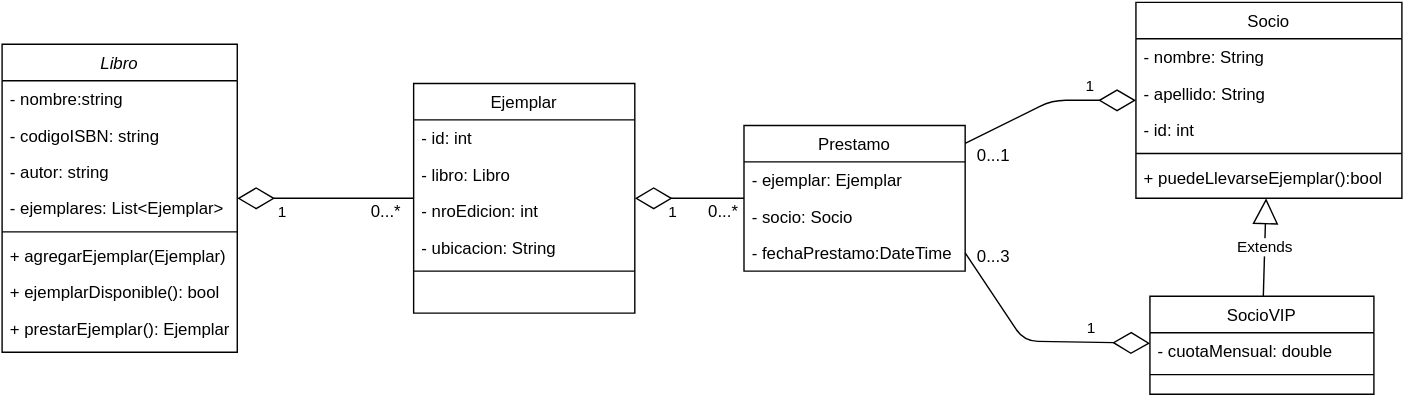
The draw.io diagram Diagrama - Quark academy 2da chance.svg in eskeltron/QuarkChallenge2daChance, before a commit. Source tidied: cells renumbered, new cells last; positions are measured from the earlier drawing's top-left corner, leaving out a move shared by most shapes. The source it was exported from:
```xml
<mxGraphModel>
  <root>
    <mxCell id="0" />
    <mxCell id="1" parent="0" />
    <mxCell id="2" value="Libro" style="swimlane;fontStyle=2;align=center;verticalAlign=top;horizontal=1;startSize=26;rounded=0;shadow=0;strokeWidth=1;" parent="1" vertex="1">
      <mxGeometry y="30" width="168" height="220" as="geometry" />
    </mxCell>
    <mxCell id="3" value="- nombre:string" style="text;align=left;verticalAlign=top;spacingLeft=4;spacingRight=4;overflow=hidden;" parent="2" vertex="1">
      <mxGeometry y="26" width="168" height="26" as="geometry" />
    </mxCell>
    <mxCell id="4" value="- codigoISBN: string" style="text;align=left;verticalAlign=top;spacingLeft=4;spacingRight=4;overflow=hidden;rounded=0;shadow=0;html=0;" parent="2" vertex="1">
      <mxGeometry y="52" width="168" height="26" as="geometry" />
    </mxCell>
    <mxCell id="5" value="- autor: string" style="text;align=left;verticalAlign=top;spacingLeft=4;spacingRight=4;overflow=hidden;rounded=0;shadow=0;html=0;" parent="2" vertex="1">
      <mxGeometry y="78" width="168" height="26" as="geometry" />
    </mxCell>
    <mxCell id="6" value="- ejemplares: List&lt;Ejemplar&gt;" style="text;align=left;verticalAlign=top;spacingLeft=4;spacingRight=4;overflow=hidden;rounded=0;shadow=0;html=0;" parent="2" vertex="1">
      <mxGeometry y="104" width="168" height="26" as="geometry" />
    </mxCell>
    <mxCell id="7" style="line;html=1;strokeWidth=1;align=left;verticalAlign=middle;spacingTop=-1;spacingLeft=3;spacingRight=3;labelPosition=right;" parent="2" vertex="1">
      <mxGeometry y="130" width="168" height="8" as="geometry" />
    </mxCell>
    <mxCell id="8" value="+ agregarEjemplar(Ejemplar)" style="text;align=left;verticalAlign=top;spacingLeft=4;spacingRight=4;overflow=hidden;rounded=0;shadow=0;html=0;" parent="2" vertex="1">
      <mxGeometry y="138" width="168" height="26" as="geometry" />
    </mxCell>
    <mxCell id="9" value="+ ejemplarDisponible(): bool" style="text;align=left;verticalAlign=top;spacingLeft=4;spacingRight=4;overflow=hidden;rounded=0;shadow=0;html=0;" parent="2" vertex="1">
      <mxGeometry y="164" width="168" height="26" as="geometry" />
    </mxCell>
    <mxCell id="10" value="+ prestarEjemplar(): Ejemplar" style="text;align=left;verticalAlign=top;spacingLeft=4;spacingRight=4;overflow=hidden;rounded=0;shadow=0;html=0;" parent="2" vertex="1">
      <mxGeometry y="190" width="168" height="26" as="geometry" />
    </mxCell>
    <mxCell id="11" value="Ejemplar" style="swimlane;fontStyle=0;align=center;verticalAlign=top;horizontal=1;startSize=26;rounded=0;shadow=0;strokeWidth=1;" parent="1" vertex="1">
      <mxGeometry x="294" y="58" width="158" height="164" as="geometry" />
    </mxCell>
    <mxCell id="12" value="- id: int" style="text;align=left;verticalAlign=top;spacingLeft=4;spacingRight=4;overflow=hidden;" parent="11" vertex="1">
      <mxGeometry y="26" width="158" height="26" as="geometry" />
    </mxCell>
    <mxCell id="13" value="- libro: Libro" style="text;align=left;verticalAlign=top;spacingLeft=4;spacingRight=4;overflow=hidden;" parent="11" vertex="1">
      <mxGeometry y="52" width="158" height="26" as="geometry" />
    </mxCell>
    <mxCell id="14" value="- nroEdicion: int" style="text;align=left;verticalAlign=top;spacingLeft=4;spacingRight=4;overflow=hidden;rounded=0;shadow=0;html=0;" parent="11" vertex="1">
      <mxGeometry y="78" width="158" height="26" as="geometry" />
    </mxCell>
    <mxCell id="15" value="- ubicacion: String" style="text;align=left;verticalAlign=top;spacingLeft=4;spacingRight=4;overflow=hidden;rounded=0;shadow=0;html=0;" parent="11" vertex="1">
      <mxGeometry y="104" width="158" height="26" as="geometry" />
    </mxCell>
    <mxCell id="16" style="line;html=1;strokeWidth=1;align=left;verticalAlign=middle;spacingTop=-1;spacingLeft=3;spacingRight=3;labelPosition=right;" parent="11" vertex="1">
      <mxGeometry y="130" width="158" height="8" as="geometry" />
    </mxCell>
    <mxCell id="17" value="SocioVIP" style="swimlane;fontStyle=0;align=center;verticalAlign=top;horizontal=1;startSize=26;rounded=0;shadow=0;strokeWidth=1;" parent="1" vertex="1">
      <mxGeometry x="820" y="210" width="160" height="70" as="geometry" />
    </mxCell>
    <mxCell id="18" value="- cuotaMensual: double" style="text;align=left;verticalAlign=top;spacingLeft=4;spacingRight=4;overflow=hidden;" parent="17" vertex="1">
      <mxGeometry y="26" width="160" height="26" as="geometry" />
    </mxCell>
    <mxCell id="19" style="line;html=1;strokeWidth=1;align=left;verticalAlign=middle;spacingTop=-1;spacingLeft=3;spacingRight=3;labelPosition=right;" parent="17" vertex="1">
      <mxGeometry y="52" width="160" height="8" as="geometry" />
    </mxCell>
    <mxCell id="20" value="Socio" style="swimlane;fontStyle=0;align=center;verticalAlign=top;horizontal=1;startSize=26;rounded=0;shadow=0;strokeWidth=1;" parent="1" vertex="1">
      <mxGeometry x="810" width="190" height="140" as="geometry" />
    </mxCell>
    <mxCell id="21" value="- nombre: String" style="text;align=left;verticalAlign=top;spacingLeft=4;spacingRight=4;overflow=hidden;" parent="20" vertex="1">
      <mxGeometry y="26" width="190" height="26" as="geometry" />
    </mxCell>
    <mxCell id="22" value="- apellido: String" style="text;align=left;verticalAlign=top;spacingLeft=4;spacingRight=4;overflow=hidden;rounded=0;shadow=0;html=0;" parent="20" vertex="1">
      <mxGeometry y="52" width="190" height="26" as="geometry" />
    </mxCell>
    <mxCell id="23" value="- id: int" style="text;align=left;verticalAlign=top;spacingLeft=4;spacingRight=4;overflow=hidden;rounded=0;shadow=0;html=0;" parent="20" vertex="1">
      <mxGeometry y="78" width="190" height="26" as="geometry" />
    </mxCell>
    <mxCell id="24" style="line;html=1;strokeWidth=1;align=left;verticalAlign=middle;spacingTop=-1;spacingLeft=3;spacingRight=3;labelPosition=right;" parent="20" vertex="1">
      <mxGeometry y="104" width="190" height="8" as="geometry" />
    </mxCell>
    <mxCell id="25" value="+ puedeLlevarseEjemplar():bool" style="text;align=left;verticalAlign=top;spacingLeft=4;spacingRight=4;overflow=hidden;points=[[0,0.5],[1,0.5]];portConstraint=eastwest;rounded=0;shadow=0;html=0;" parent="20" vertex="1">
      <mxGeometry y="112" width="190" height="26" as="geometry" />
    </mxCell>
    <mxCell id="26" value="Extends" style="endArrow=block;endSize=16;endFill=0;html=1;" parent="1" edge="1" source="17" target="20">
      <mxGeometry relative="1" as="geometry" />
    </mxCell>
    <mxCell id="27" value="0...*" style="text;html=1;align=center;verticalAlign=middle;" parent="1" vertex="1">
      <mxGeometry x="254" y="140" width="40" height="20" as="geometry" />
    </mxCell>
    <mxCell id="28" value="Prestamo" style="swimlane;fontStyle=0;align=center;verticalAlign=top;horizontal=1;startSize=26;rounded=0;shadow=0;strokeWidth=1;" parent="1" vertex="1">
      <mxGeometry x="530" y="88" width="158" height="104" as="geometry" />
    </mxCell>
    <mxCell id="29" value="- ejemplar: Ejemplar" style="text;align=left;verticalAlign=top;spacingLeft=4;spacingRight=4;overflow=hidden;" parent="28" vertex="1">
      <mxGeometry y="26" width="158" height="26" as="geometry" />
    </mxCell>
    <mxCell id="30" value="- socio: Socio" style="text;align=left;verticalAlign=top;spacingLeft=4;spacingRight=4;overflow=hidden;" parent="28" vertex="1">
      <mxGeometry y="52" width="158" height="26" as="geometry" />
    </mxCell>
    <mxCell id="31" value="- fechaPrestamo:DateTime" style="text;align=left;verticalAlign=top;spacingLeft=4;spacingRight=4;overflow=hidden;points=[[0,0.5],[1,0.5]];portConstraint=eastwest;rounded=0;shadow=0;html=0;" parent="28" vertex="1">
      <mxGeometry y="78" width="158" height="26" as="geometry" />
    </mxCell>
    <mxCell id="32" value="0...*" style="text;html=1;align=center;verticalAlign=middle;" parent="1" vertex="1">
      <mxGeometry x="495" y="140" width="40" height="20" as="geometry" />
    </mxCell>
    <mxCell id="33" value="0...1" style="text;html=1;align=center;verticalAlign=middle;" parent="1" vertex="1">
      <mxGeometry x="688" y="100" width="40" height="20" as="geometry" />
    </mxCell>
    <mxCell id="34" value="0...3" style="text;html=1;align=center;verticalAlign=middle;" parent="1" vertex="1">
      <mxGeometry x="688" y="172" width="40" height="20" as="geometry" />
    </mxCell>
    <mxCell id="35" value="1" style="endArrow=diamondThin;endFill=0;endSize=24;html=1;" parent="1" edge="1" source="28" target="11">
      <mxGeometry x="0.28" y="10" relative="1" as="geometry">
        <Array as="points">
          <mxPoint x="490" y="140" />
        </Array>
      </mxGeometry>
    </mxCell>
    <mxCell id="36" value="1" style="endArrow=diamondThin;endFill=0;endSize=24;html=1;" parent="1" edge="1" source="11" target="2">
      <mxGeometry x="0.49" y="10" relative="1" as="geometry" />
    </mxCell>
    <mxCell id="37" value="1" style="endArrow=diamondThin;endFill=0;endSize=24;html=1;" parent="1" edge="1" source="28" target="20">
      <mxGeometry x="0.49" y="10" relative="1" as="geometry">
        <Array as="points">
          <mxPoint x="750" y="70" />
        </Array>
      </mxGeometry>
    </mxCell>
    <mxCell id="38" value="1" style="endArrow=diamondThin;endFill=0;endSize=24;html=1;exitX=1;exitY=0.5;exitDx=0;exitDy=0;" parent="1" edge="1" source="31" target="17">
      <mxGeometry x="0.49" y="10" relative="1" as="geometry">
        <Array as="points">
          <mxPoint x="730" y="242" />
        </Array>
      </mxGeometry>
    </mxCell>
  </root>
</mxGraphModel>
```
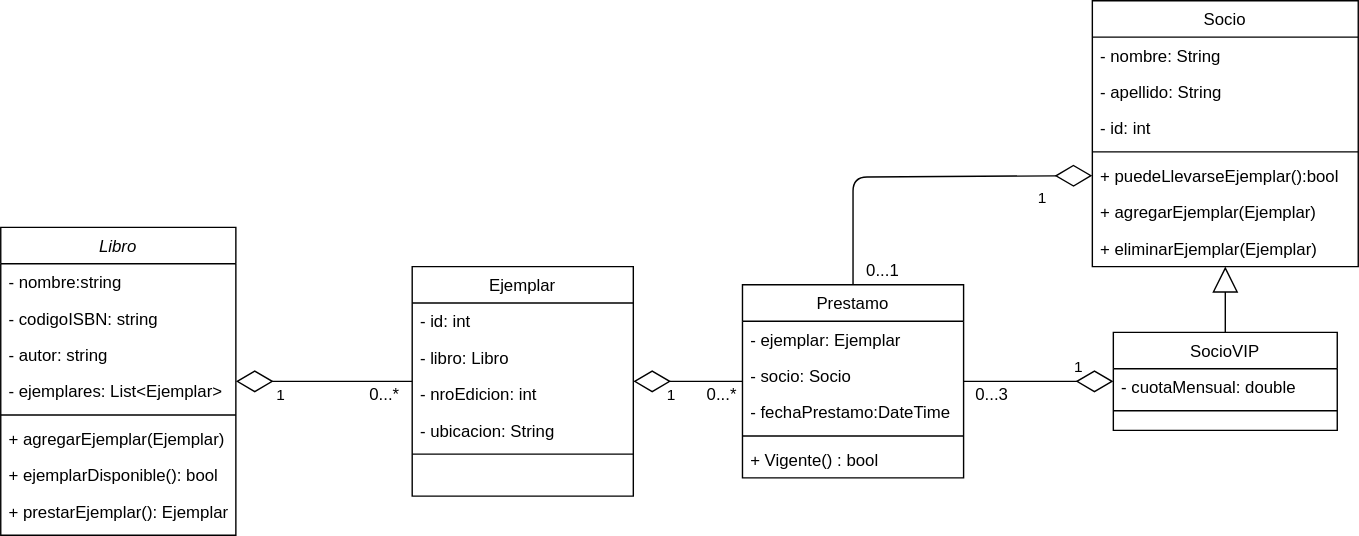
After the change.

Commit message:
Pequeños cambios. Actualización de diagrama.

The edit, as a diff of the source:
```diff
@@ -48,7 +48,7 @@
       <mxGeometry y="130" width="158" height="8" as="geometry" />
     </mxCell>
     <mxCell id="17" value="SocioVIP" style="swimlane;fontStyle=0;align=center;verticalAlign=top;horizontal=1;startSize=26;rounded=0;shadow=0;strokeWidth=1;" parent="1" vertex="1">
-      <mxGeometry x="820" y="210" width="160" height="70" as="geometry" />
+      <mxGeometry x="795" y="105" width="160" height="70" as="geometry" />
     </mxCell>
     <mxCell id="18" value="- cuotaMensual: double" style="text;align=left;verticalAlign=top;spacingLeft=4;spacingRight=4;overflow=hidden;" parent="17" vertex="1">
       <mxGeometry y="26" width="160" height="26" as="geometry" />
@@ -57,7 +57,7 @@
       <mxGeometry y="52" width="160" height="8" as="geometry" />
     </mxCell>
     <mxCell id="20" value="Socio" style="swimlane;fontStyle=0;align=center;verticalAlign=top;horizontal=1;startSize=26;rounded=0;shadow=0;strokeWidth=1;" parent="1" vertex="1">
-      <mxGeometry x="810" width="190" height="140" as="geometry" />
+      <mxGeometry x="780" y="-132" width="190" height="190" as="geometry" />
     </mxCell>
     <mxCell id="21" value="- nombre: String" style="text;align=left;verticalAlign=top;spacingLeft=4;spacingRight=4;overflow=hidden;" parent="20" vertex="1">
       <mxGeometry y="26" width="190" height="26" as="geometry" />
@@ -74,14 +74,20 @@
     <mxCell id="25" value="+ puedeLlevarseEjemplar():bool" style="text;align=left;verticalAlign=top;spacingLeft=4;spacingRight=4;overflow=hidden;points=[[0,0.5],[1,0.5]];portConstraint=eastwest;rounded=0;shadow=0;html=0;" parent="20" vertex="1">
       <mxGeometry y="112" width="190" height="26" as="geometry" />
     </mxCell>
+    <mxCell id="39" value="+ agregarEjemplar(Ejemplar)" style="text;align=left;verticalAlign=top;spacingLeft=4;spacingRight=4;overflow=hidden;rounded=0;shadow=0;html=0;" parent="20" vertex="1">
+      <mxGeometry y="138" width="190" height="26" as="geometry" />
+    </mxCell>
+    <mxCell id="40" value="+ eliminarEjemplar(Ejemplar)" style="text;align=left;verticalAlign=top;spacingLeft=4;spacingRight=4;overflow=hidden;rounded=0;shadow=0;html=0;" parent="20" vertex="1">
+      <mxGeometry y="164" width="190" height="26" as="geometry" />
+    </mxCell>
-    <mxCell id="26" value="Extends" style="endArrow=block;endSize=16;endFill=0;html=1;" parent="1" edge="1" source="17" target="20">
+    <mxCell id="26" style="endArrow=block;endSize=16;endFill=0;html=1;" parent="1" edge="1" source="17" target="20">
       <mxGeometry relative="1" as="geometry" />
     </mxCell>
     <mxCell id="27" value="0...*" style="text;html=1;align=center;verticalAlign=middle;" parent="1" vertex="1">
       <mxGeometry x="254" y="140" width="40" height="20" as="geometry" />
     </mxCell>
     <mxCell id="28" value="Prestamo" style="swimlane;fontStyle=0;align=center;verticalAlign=top;horizontal=1;startSize=26;rounded=0;shadow=0;strokeWidth=1;" parent="1" vertex="1">
-      <mxGeometry x="530" y="88" width="158" height="104" as="geometry" />
+      <mxGeometry x="530" y="71" width="158" height="138" as="geometry" />
     </mxCell>
     <mxCell id="29" value="- ejemplar: Ejemplar" style="text;align=left;verticalAlign=top;spacingLeft=4;spacingRight=4;overflow=hidden;" parent="28" vertex="1">
       <mxGeometry y="26" width="158" height="26" as="geometry" />
@@ -92,14 +98,20 @@
     <mxCell id="31" value="- fechaPrestamo:DateTime" style="text;align=left;verticalAlign=top;spacingLeft=4;spacingRight=4;overflow=hidden;points=[[0,0.5],[1,0.5]];portConstraint=eastwest;rounded=0;shadow=0;html=0;" parent="28" vertex="1">
       <mxGeometry y="78" width="158" height="26" as="geometry" />
     </mxCell>
+    <mxCell id="41" style="line;html=1;strokeWidth=1;align=left;verticalAlign=middle;spacingTop=-1;spacingLeft=3;spacingRight=3;labelPosition=right;" parent="28" vertex="1">
+      <mxGeometry y="104" width="158" height="8" as="geometry" />
+    </mxCell>
+    <mxCell id="42" value="+ Vigente() : bool" style="text;align=left;verticalAlign=top;spacingLeft=4;spacingRight=4;overflow=hidden;rounded=0;shadow=0;html=0;" parent="28" vertex="1">
+      <mxGeometry y="112" width="158" height="26" as="geometry" />
+    </mxCell>
     <mxCell id="32" value="0...*" style="text;html=1;align=center;verticalAlign=middle;" parent="1" vertex="1">
       <mxGeometry x="495" y="140" width="40" height="20" as="geometry" />
     </mxCell>
     <mxCell id="33" value="0...1" style="text;html=1;align=center;verticalAlign=middle;" parent="1" vertex="1">
-      <mxGeometry x="688" y="100" width="40" height="20" as="geometry" />
+      <mxGeometry x="610" y="51" width="40" height="20" as="geometry" />
     </mxCell>
     <mxCell id="34" value="0...3" style="text;html=1;align=center;verticalAlign=middle;" parent="1" vertex="1">
-      <mxGeometry x="688" y="172" width="40" height="20" as="geometry" />
+      <mxGeometry x="688" y="140" width="40" height="20" as="geometry" />
     </mxCell>
     <mxCell id="35" value="1" style="endArrow=diamondThin;endFill=0;endSize=24;html=1;" parent="1" edge="1" source="28" target="11">
       <mxGeometry x="0.28" y="10" relative="1" as="geometry">
@@ -111,19 +123,15 @@
     <mxCell id="36" value="1" style="endArrow=diamondThin;endFill=0;endSize=24;html=1;" parent="1" edge="1" source="11" target="2">
       <mxGeometry x="0.49" y="10" relative="1" as="geometry" />
     </mxCell>
-    <mxCell id="37" value="1" style="endArrow=diamondThin;endFill=0;endSize=24;html=1;" parent="1" edge="1" source="28" target="20">
-      <mxGeometry x="0.49" y="10" relative="1" as="geometry">
+    <mxCell id="37" value="1" style="endArrow=diamondThin;endFill=0;endSize=24;html=1;entryX=0;entryY=0.5;entryDx=0;entryDy=0;" parent="1" edge="1" source="28" target="25">
+      <mxGeometry x="0.71" y="-16" relative="1" as="geometry">
         <Array as="points">
-          <mxPoint x="750" y="70" />
+          <mxPoint x="609" y="-6" />
         </Array>
       </mxGeometry>
     </mxCell>
-    <mxCell id="38" value="1" style="endArrow=diamondThin;endFill=0;endSize=24;html=1;exitX=1;exitY=0.5;exitDx=0;exitDy=0;" parent="1" edge="1" source="31" target="17">
-      <mxGeometry x="0.49" y="10" relative="1" as="geometry">
-        <Array as="points">
-          <mxPoint x="730" y="242" />
-        </Array>
-      </mxGeometry>
+    <mxCell id="38" value="1" style="endArrow=diamondThin;endFill=0;endSize=24;html=1;" parent="1" edge="1" source="28" target="17">
+      <mxGeometry x="0.53" y="10" relative="1" as="geometry" />
     </mxCell>
   </root>
 </mxGraphModel>
```
